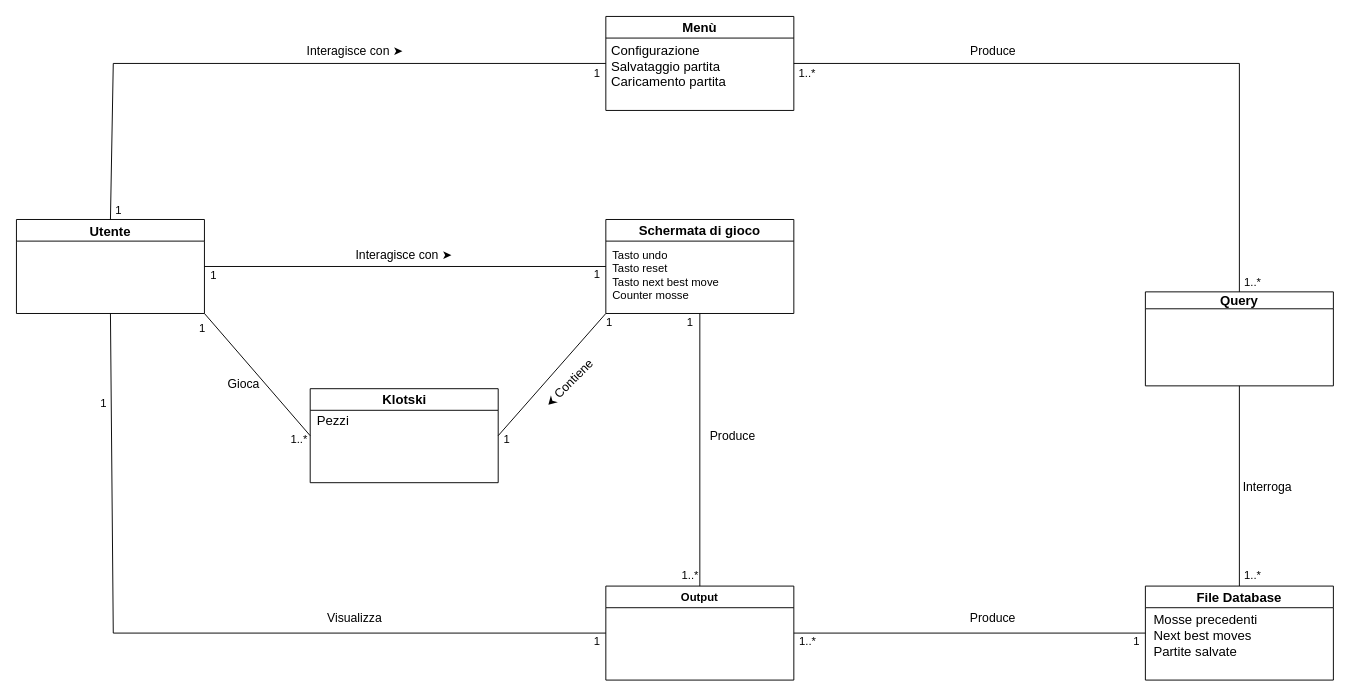
Above: Domain Model.drawio in trikkeballakke/Test (draw.io), before the change. Source tidied: cells renumbered, new cells numbered last; positions are measured from the earlier drawing's top-left corner, leaving out a move shared by most shapes. Both pictures are drawn from the tidied source at 94%, with x=0, y=0 at pixel (16, 16).
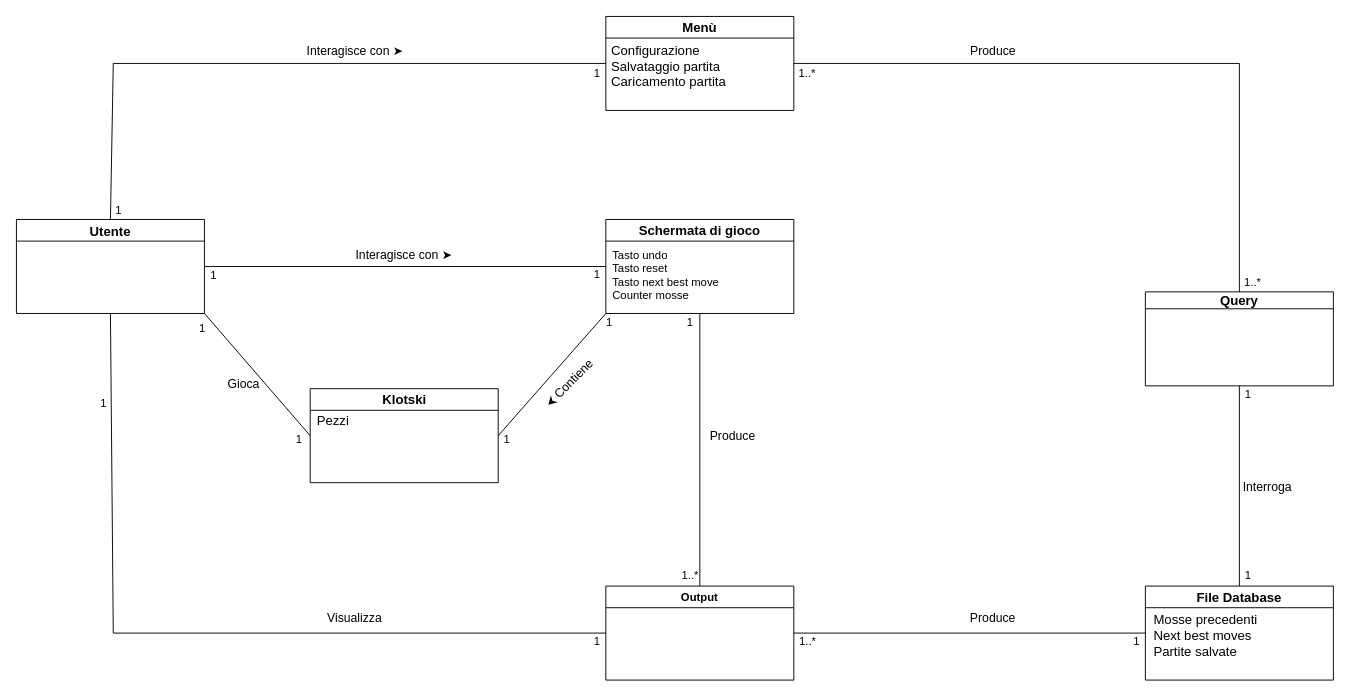
Above is the later version.

Change to the diagram source:
```diff
@@
-    <mxCell id="29" value="1..*" style="text;html=1;strokeColor=none;fillColor=none;align=center;verticalAlign=middle;whiteSpace=wrap;rounded=0;" parent="1" vertex="1">
-      <mxGeometry x="1304" y="589" width="23" height="12" as="geometry" />
+    <mxCell id="29" value="1" style="text;html=1;strokeColor=none;fillColor=none;align=center;verticalAlign=middle;whiteSpace=wrap;rounded=0;" parent="1" vertex="1">
+      <mxGeometry x="1299" y="589" width="23" height="12" as="geometry" />
     </mxCell>
@@
-    <mxCell id="44" value="1..*" style="text;html=1;strokeColor=none;fillColor=none;align=center;verticalAlign=middle;whiteSpace=wrap;rounded=0;" parent="1" vertex="1">
+    <mxCell id="44" value="1" style="text;html=1;strokeColor=none;fillColor=none;align=center;verticalAlign=middle;whiteSpace=wrap;rounded=0;" parent="1" vertex="1">
       <mxGeometry x="295" y="444" width="12" height="12" as="geometry" />
     </mxCell>
@@
+    <mxCell id="49" value="1" style="text;html=1;strokeColor=none;fillColor=none;align=center;verticalAlign=middle;whiteSpace=wrap;rounded=0;" parent="1" vertex="1">
+      <mxGeometry x="1299" y="396" width="23" height="12" as="geometry" />
+    </mxCell>
```
